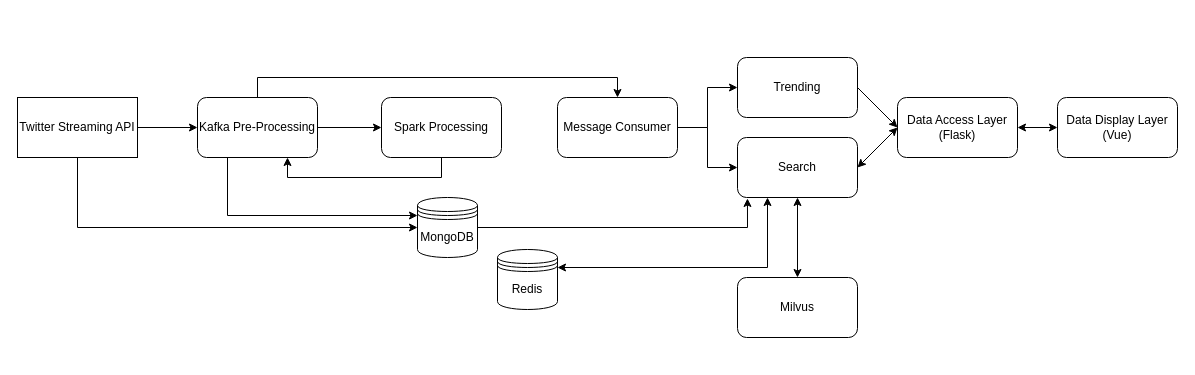
Before: Untitled Diagram.drawio in lzy00codeforfun/Streaming_Analysis, a draw.io diagram. Source tidied: cells renumbered, new cells numbered last; positions are measured from the earlier drawing's top-left corner, leaving out a move shared by most shapes. Both pictures are drawn from the tidied source at 100%, with x=0, y=0 at pixel (17, 57).
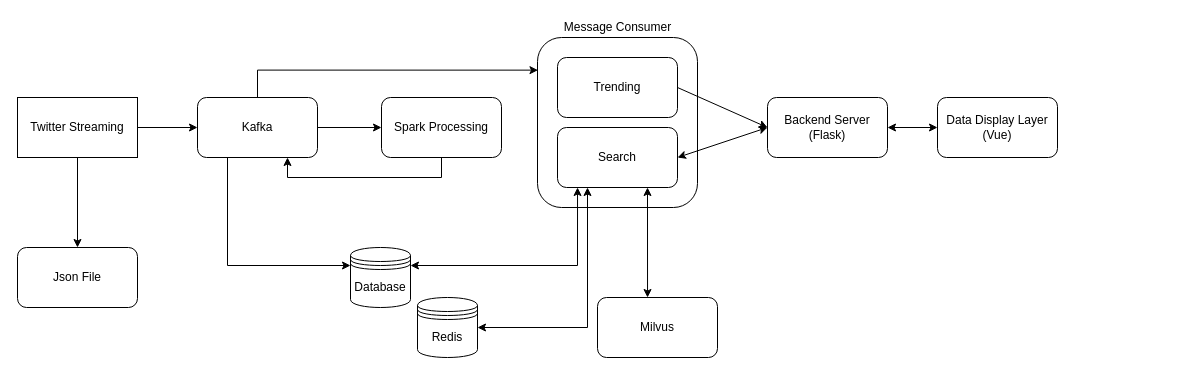
Above is the later version.

The edit, as a diff of the source:
```diff
@@
+    <mxCell id="27" style="rounded=1;whiteSpace=wrap;html=1;" parent="1" vertex="1">
+      <mxGeometry x="520" y="-20" width="160" height="170" as="geometry" />
+    </mxCell>
@@
-    <mxCell id="3" style="edgeStyle=orthogonalEdgeStyle;rounded=0;jettySize=auto;html=1;exitX=0.5;exitY=0;exitDx=0;exitDy=0;entryX=0.5;entryY=0;entryDx=0;entryDy=0;shadow=0;strokeColor=#000000;fillColor=#000000;" parent="1" edge="1" source="5" target="10">
-      <mxGeometry relative="1" as="geometry" />
-    </mxCell>
@@
+    <mxCell id="28" style="edgeStyle=orthogonalEdgeStyle;rounded=0;jettySize=auto;html=1;exitX=0.5;exitY=0;exitDx=0;exitDy=0;entryX=0.003;entryY=0.192;entryDx=0;entryDy=0;entryPerimeter=0;shadow=0;strokeColor=#000000;fillColor=#000000;" parent="1" edge="1" source="5" target="27">
+      <mxGeometry relative="1" as="geometry" />
+    </mxCell>
-    <mxCell id="5" value="Kafka Pre-Processing" style="rounded=1;whiteSpace=wrap;html=1;" parent="1" vertex="1">
+    <mxCell id="5" value="Kafka" style="rounded=1;whiteSpace=wrap;html=1;" parent="1" vertex="1">
       <mxGeometry x="180" y="40" width="120" height="60" as="geometry" />
     </mxCell>
@@
-    <mxCell id="8" style="edgeStyle=orthogonalEdgeStyle;rounded=0;jettySize=auto;html=1;exitX=1;exitY=0.5;exitDx=0;exitDy=0;entryX=0;entryY=0.5;entryDx=0;entryDy=0;shadow=0;strokeColor=#000000;fillColor=#000000;" parent="1" edge="1" source="10" target="16">
-      <mxGeometry relative="1" as="geometry" />
-    </mxCell>
-    <mxCell id="9" style="edgeStyle=orthogonalEdgeStyle;rounded=0;jettySize=auto;html=1;exitX=1;exitY=0.5;exitDx=0;exitDy=0;entryX=0;entryY=0.5;entryDx=0;entryDy=0;shadow=0;strokeColor=#000000;fillColor=#000000;" parent="1" edge="1" source="10" target="17">
-      <mxGeometry relative="1" as="geometry" />
-    </mxCell>
-    <mxCell id="10" value="Message Consumer" style="rounded=1;whiteSpace=wrap;html=1;" parent="1" vertex="1">
-      <mxGeometry x="540" y="40" width="120" height="60" as="geometry" />
-    </mxCell>
-    <mxCell id="11" style="edgeStyle=orthogonalEdgeStyle;rounded=0;jettySize=auto;html=1;exitX=1;exitY=0.5;exitDx=0;exitDy=0;entryX=0.083;entryY=1.016;entryDx=0;entryDy=0;shadow=0;strokeColor=#000000;fillColor=#000000;entryPerimeter=0;" parent="1" edge="1" source="12" target="17">
-      <mxGeometry relative="1" as="geometry" />
-    </mxCell>
-    <mxCell id="12" value="MongoDB" style="shape=datastore;whiteSpace=wrap;html=1;" parent="1" vertex="1">
-      <mxGeometry x="400" y="140" width="60" height="60" as="geometry" />
+    <mxCell id="12" value="Database" style="shape=datastore;whiteSpace=wrap;html=1;" parent="1" vertex="1">
+      <mxGeometry x="333" y="190" width="60" height="60" as="geometry" />
     </mxCell>
@@
-    <mxCell id="14" style="edgeStyle=orthogonalEdgeStyle;rounded=0;jettySize=auto;html=1;exitX=0.5;exitY=1;exitDx=0;exitDy=0;entryX=0;entryY=0.5;entryDx=0;entryDy=0;shadow=0;strokeColor=#000000;fillColor=#000000;" parent="1" edge="1" source="15" target="12">
-      <mxGeometry relative="1" as="geometry" />
-    </mxCell>
+    <mxCell id="29" style="edgeStyle=orthogonalEdgeStyle;rounded=0;jettySize=auto;html=1;exitX=0.5;exitY=1;exitDx=0;exitDy=0;entryX=0.5;entryY=0;entryDx=0;entryDy=0;shadow=0;strokeColor=#000000;fillColor=#000000;" parent="1" edge="1" source="15" target="30">
+      <mxGeometry relative="1" as="geometry" />
+    </mxCell>
-    <mxCell id="15" value="Twitter Streaming API" style="rounded=0;whiteSpace=wrap;html=1;" parent="1" vertex="1">
+    <mxCell id="15" value="Twitter Streaming" style="rounded=0;whiteSpace=wrap;html=1;" parent="1" vertex="1">
       <mxGeometry y="40" width="120" height="60" as="geometry" />
     </mxCell>
     <mxCell id="16" value="Trending" style="rounded=1;whiteSpace=wrap;html=1;" parent="1" vertex="1">
-      <mxGeometry x="720" width="120" height="60" as="geometry" />
+      <mxGeometry x="540" width="120" height="60" as="geometry" />
     </mxCell>
     <mxCell id="17" value="Search" style="rounded=1;whiteSpace=wrap;html=1;" parent="1" vertex="1">
-      <mxGeometry x="720" y="80" width="120" height="60" as="geometry" />
+      <mxGeometry x="540" y="70" width="120" height="60" as="geometry" />
     </mxCell>
     <mxCell id="18" value="Redis" style="shape=datastore;whiteSpace=wrap;html=1;" parent="1" vertex="1">
-      <mxGeometry x="480" y="192" width="60" height="60" as="geometry" />
+      <mxGeometry x="400" y="240" width="60" height="60" as="geometry" />
     </mxCell>
-    <mxCell id="19" value="Data Access Layer&lt;br&gt;(Flask)" style="rounded=1;whiteSpace=wrap;html=1;" parent="1" vertex="1">
-      <mxGeometry x="880" y="40" width="120" height="60" as="geometry" />
+    <mxCell id="19" value="Backend Server&lt;br&gt;(Flask)" style="rounded=1;whiteSpace=wrap;html=1;" parent="1" vertex="1">
+      <mxGeometry x="750" y="40" width="120" height="60" as="geometry" />
     </mxCell>
@@
     <mxCell id="22" value="Data Display Layer&lt;br&gt;(Vue)" style="rounded=1;whiteSpace=wrap;html=1;" parent="1" vertex="1">
-      <mxGeometry x="1040" y="40" width="120" height="60" as="geometry" />
+      <mxGeometry x="920" y="40" width="120" height="60" as="geometry" />
     </mxCell>
@@
     <mxCell id="24" value="Milvus&lt;br&gt;" style="rounded=1;whiteSpace=wrap;html=1;" parent="1" vertex="1">
-      <mxGeometry x="720" y="220" width="120" height="60" as="geometry" />
+      <mxGeometry x="580" y="240" width="120" height="60" as="geometry" />
     </mxCell>
+    <mxCell id="10" value="Message Consumer" style="text;html=1;align=center;verticalAlign=middle;points=[];strokeColor=none;fillColor=none;" parent="1" vertex="1">
+      <mxGeometry x="540" y="-40" width="120" height="20" as="geometry" />
+    </mxCell>
+    <mxCell id="30" value="Json File" style="rounded=1;whiteSpace=wrap;html=1;" parent="1" vertex="1">
+      <mxGeometry y="190" width="120" height="60" as="geometry" />
+    </mxCell>
+    <mxCell id="11" style="endArrow=classic;startArrow=classic;html=1;rounded=0;shadow=0;strokeColor=#000000;fillColor=#000000;exitX=1;exitY=0.3;exitDx=0;exitDy=0;entryX=0.167;entryY=1;entryDx=0;entryDy=0;entryPerimeter=0;" parent="1" edge="1" source="12" target="17">
+      <mxGeometry relative="1" as="geometry">
+        <Array as="points">
+          <mxPoint x="560" y="208" />
+        </Array>
+      </mxGeometry>
+    </mxCell>
+    <mxCell id="26" style="endArrow=classic;startArrow=classic;html=1;rounded=0;shadow=0;strokeColor=#000000;fillColor=#000000;exitX=1;exitY=0.5;exitDx=0;exitDy=0;entryX=0.25;entryY=1;entryDx=0;entryDy=0;" parent="1" edge="1" source="18" target="17">
+      <mxGeometry relative="1" as="geometry">
+        <Array as="points">
+          <mxPoint x="570" y="270" />
+        </Array>
+      </mxGeometry>
+    </mxCell>
-    <mxCell id="25" style="endArrow=classic;startArrow=classic;html=1;rounded=0;shadow=0;strokeColor=#000000;fillColor=#000000;entryX=0.5;entryY=1;entryDx=0;entryDy=0;exitX=0.5;exitY=0;exitDx=0;exitDy=0;" parent="1" edge="1" source="24" target="17">
+    <mxCell id="25" style="endArrow=classic;startArrow=classic;html=1;rounded=0;shadow=0;strokeColor=#000000;fillColor=#000000;entryX=0.75;entryY=1;entryDx=0;entryDy=0;exitX=0.417;exitY=0;exitDx=0;exitDy=0;exitPerimeter=0;" parent="1" edge="1" source="24" target="17">
       <mxGeometry relative="1" as="geometry" />
     </mxCell>
-    <mxCell id="26" style="endArrow=classic;startArrow=classic;html=1;rounded=0;shadow=0;strokeColor=#000000;fillColor=#000000;exitX=1;exitY=0.3;exitDx=0;exitDy=0;entryX=0.25;entryY=1;entryDx=0;entryDy=0;" parent="1" edge="1" source="18" target="17">
-      <mxGeometry relative="1" as="geometry">
-        <Array as="points">
-          <mxPoint x="750" y="210" />
-        </Array>
-      </mxGeometry>
-    </mxCell>
```
